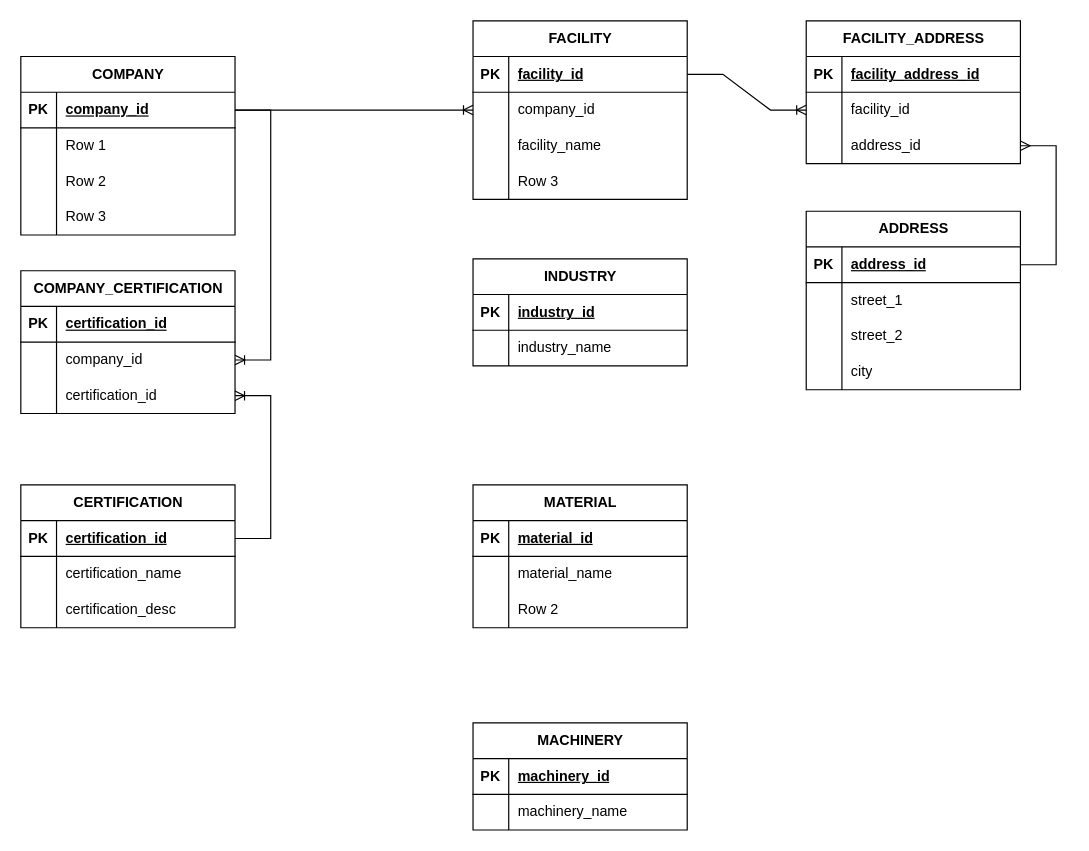
The draw.io diagram DB.drawio in MFR-org/infrastructure-docs, before the edit. Source tidied: cells renumbered, new cells numbered last; positions are measured from the earlier drawing's top-left corner, leaving out a move shared by most shapes. Both pictures are drawn from the tidied source at 119%, with x=0, y=0 at pixel (20, 20).
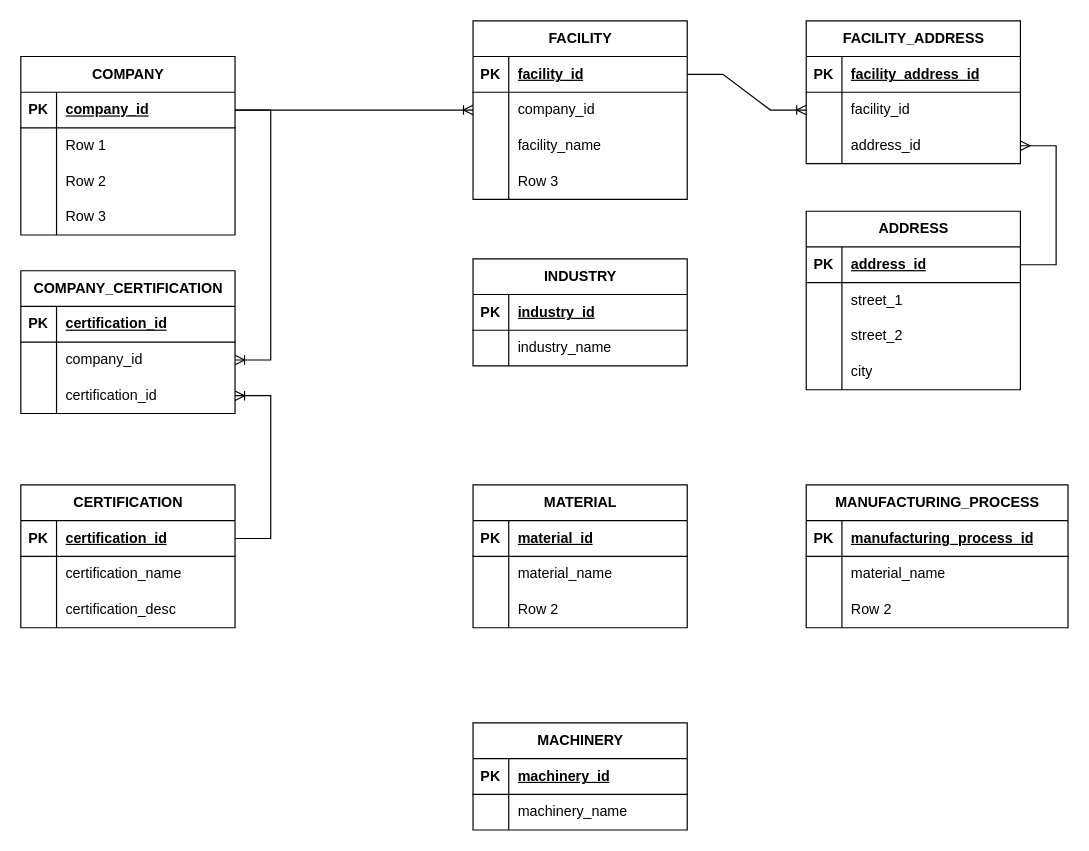
The same diagram, later.

What changed in the source:
```diff
@@
+    <mxCell id="100" value="MANUFACTURING_PROCESS" style="shape=table;startSize=30;childLayout=tableLayout;rowLines=0;fontStyle=1;align=center;html=1;" parent="1" vertex="1">
+      <mxGeometry x="660" y="390" width="220" height="120" as="geometry" />
+    </mxCell>
+    <mxCell id="101" style="shape=tableRow;horizontal=0;startSize=0;swimlaneHead=0;swimlaneBody=0;fillColor=none;top=0;left=0;right=0;bottom=1;" parent="100" vertex="1">
+      <mxGeometry y="30" width="220" height="30" as="geometry" />
+    </mxCell>
+    <mxCell id="102" value="PK" style="shape=partialRectangle;fillColor=none;top=0;left=0;bottom=0;right=0;fontStyle=1;overflow=hidden;whiteSpace=wrap;html=1;" parent="101" vertex="1">
+      <mxGeometry width="30" height="30" as="geometry" />
+    </mxCell>
+    <mxCell id="103" value="manufacturing_process_id" style="shape=partialRectangle;fillColor=none;top=0;left=0;bottom=0;right=0;align=left;spacingLeft=6;fontStyle=5;overflow=hidden;whiteSpace=wrap;html=1;" parent="101" vertex="1">
+      <mxGeometry x="30" width="190" height="30" as="geometry" />
+    </mxCell>
+    <mxCell id="104" style="shape=tableRow;horizontal=0;startSize=0;swimlaneHead=0;swimlaneBody=0;fillColor=none;top=0;left=0;right=0;bottom=0;" parent="100" vertex="1">
+      <mxGeometry y="60" width="220" height="30" as="geometry" />
+    </mxCell>
+    <mxCell id="105" style="shape=partialRectangle;fillColor=none;top=0;left=0;bottom=0;right=0;overflow=hidden;whiteSpace=wrap;html=1;" parent="104" vertex="1">
+      <mxGeometry width="30" height="30" as="geometry" />
+    </mxCell>
+    <mxCell id="106" value="material_name" style="shape=partialRectangle;fillColor=none;top=0;left=0;bottom=0;right=0;align=left;spacingLeft=6;overflow=hidden;whiteSpace=wrap;html=1;" parent="104" vertex="1">
+      <mxGeometry x="30" width="190" height="30" as="geometry" />
+    </mxCell>
+    <mxCell id="107" style="shape=tableRow;horizontal=0;startSize=0;swimlaneHead=0;swimlaneBody=0;fillColor=none;top=0;left=0;right=0;bottom=0;" parent="100" vertex="1">
+      <mxGeometry y="90" width="220" height="30" as="geometry" />
+    </mxCell>
+    <mxCell id="108" style="shape=partialRectangle;fillColor=none;top=0;left=0;bottom=0;right=0;overflow=hidden;whiteSpace=wrap;html=1;" parent="107" vertex="1">
+      <mxGeometry width="30" height="30" as="geometry" />
+    </mxCell>
+    <mxCell id="109" value="Row 2" style="shape=partialRectangle;fillColor=none;top=0;left=0;bottom=0;right=0;align=left;spacingLeft=6;overflow=hidden;whiteSpace=wrap;html=1;" parent="107" vertex="1">
+      <mxGeometry x="30" width="190" height="30" as="geometry" />
+    </mxCell>
```
